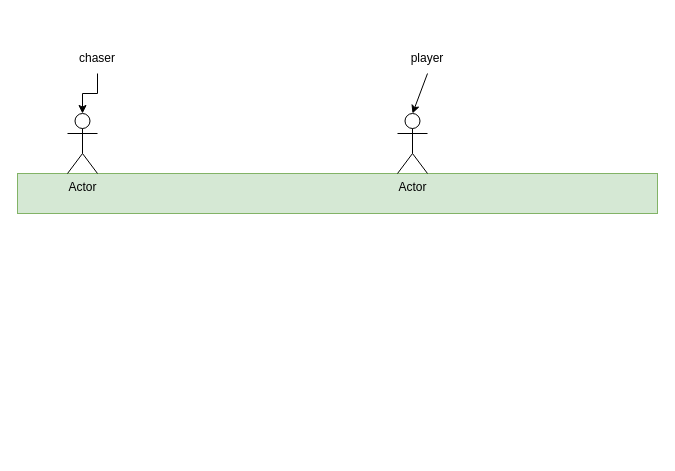
This is computer game goodot 4/content stratergy.drawio from ASDAH-Digtal/gaming-assignment-3-Tekudi-snarts, a draw.io file, before an edit. Source tidied: cells renumbered, new cells numbered last; positions are measured from the earlier drawing's top-left corner, leaving out a move shared by most shapes. Both pictures are drawn from the tidied source at 100%, with x=0, y=0 at pixel (17, 43).
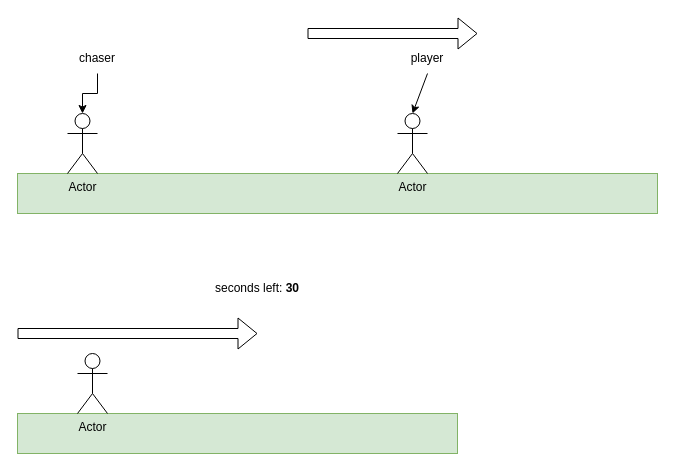
The same diagram, later.

Commit message:
added time limit

Diff of the diagram source:
```diff
@@
 <mxGraphModel>
   <root>
     <mxCell id="0" />
     <mxCell id="1" parent="0" />
     <mxCell id="2" style="rounded=0;whiteSpace=wrap;html=1;fillColor=#d5e8d4;strokeColor=#82b366;" parent="1" vertex="1">
       <mxGeometry y="130" width="640" height="40" as="geometry" />
     </mxCell>
     <mxCell id="3" value="Actor" style="shape=umlActor;verticalLabelPosition=bottom;verticalAlign=top;html=1;outlineConnect=0;" parent="1" vertex="1">
       <mxGeometry x="50" y="70" width="30" height="60" as="geometry" />
     </mxCell>
     <mxCell id="4" value="Actor" style="shape=umlActor;verticalLabelPosition=bottom;verticalAlign=top;html=1;outlineConnect=0;" parent="1" vertex="1">
       <mxGeometry x="380" y="70" width="30" height="60" as="geometry" />
     </mxCell>
     <mxCell id="5" style="endArrow=classic;html=1;rounded=0;entryX=0.5;entryY=0;entryDx=0;entryDy=0;entryPerimeter=0;" parent="1" edge="1" target="4">
       <mxGeometry relative="1" as="geometry">
         <mxPoint x="410" y="30" as="sourcePoint" />
       </mxGeometry>
     </mxCell>
     <mxCell id="6" value="player" style="text;html=1;strokeColor=none;fillColor=none;align=center;verticalAlign=middle;whiteSpace=wrap;rounded=0;" parent="1" vertex="1">
       <mxGeometry x="380" width="60" height="30" as="geometry" />
     </mxCell>
     <mxCell id="7" value="chaser" style="text;html=1;strokeColor=none;fillColor=none;align=center;verticalAlign=middle;whiteSpace=wrap;rounded=0;" parent="1" vertex="1">
       <mxGeometry x="50" width="60" height="30" as="geometry" />
     </mxCell>
     <mxCell id="8" style="edgeStyle=orthogonalEdgeStyle;rounded=0;jettySize=auto;html=1;entryX=0.5;entryY=0;entryDx=0;entryDy=0;entryPerimeter=0;" parent="1" edge="1" source="7" target="3">
       <mxGeometry relative="1" as="geometry" />
     </mxCell>
+    <mxCell id="9" style="shape=flexArrow;endArrow=classic;html=1;rounded=0;" parent="1" edge="1">
+      <mxGeometry relative="1" as="geometry">
+        <mxPoint x="290" y="-10" as="sourcePoint" />
+        <mxPoint x="460" y="-10" as="targetPoint" />
+      </mxGeometry>
+    </mxCell>
+    <mxCell id="10" style="rounded=0;whiteSpace=wrap;html=1;fillColor=#d5e8d4;strokeColor=#82b366;" parent="1" vertex="1">
+      <mxGeometry y="370" width="440" height="40" as="geometry" />
+    </mxCell>
+    <mxCell id="11" value="Actor" style="shape=umlActor;verticalLabelPosition=bottom;verticalAlign=top;html=1;" parent="1" vertex="1">
+      <mxGeometry x="60" y="310" width="30" height="60" as="geometry" />
+    </mxCell>
+    <mxCell id="12" style="shape=flexArrow;endArrow=classic;html=1;rounded=0;" parent="1" edge="1">
+      <mxGeometry relative="1" as="geometry">
+        <mxPoint y="290" as="sourcePoint" />
+        <mxPoint x="240" y="290" as="targetPoint" />
+      </mxGeometry>
+    </mxCell>
+    <mxCell id="13" value="seconds left: &lt;b&gt;30&lt;/b&gt;" style="text;html=1;strokeColor=none;fillColor=none;align=center;verticalAlign=middle;whiteSpace=wrap;rounded=0;" parent="1" vertex="1">
+      <mxGeometry x="170" y="230" width="140" height="30" as="geometry" />
+    </mxCell>
   </root>
 </mxGraphModel>
```
